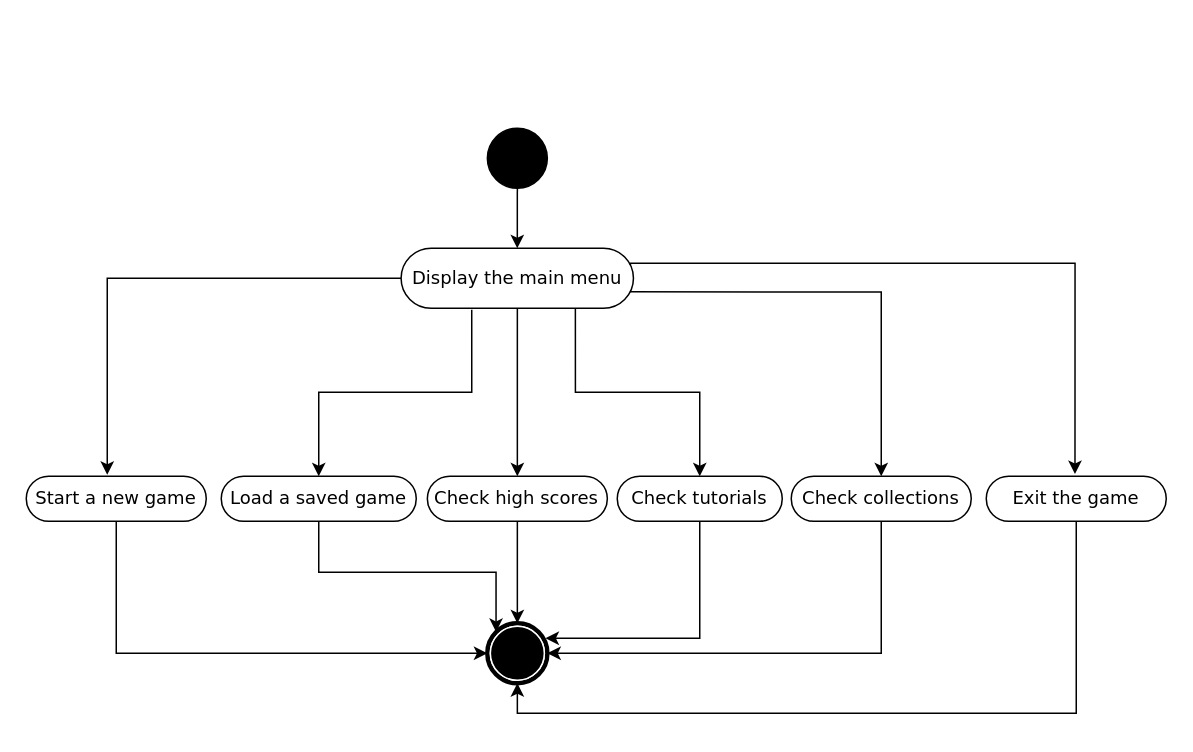
maxinimize/uml keeps this draw.io diagram as main menu options.drawio. Above is the earlier version. Source tidied: cells renumbered, new cells numbered last; positions are measured from the earlier drawing's top-left corner, leaving out a move shared by most shapes. Both pictures are drawn from the tidied source at 150%, with x=0, y=0 at pixel (26, 128).
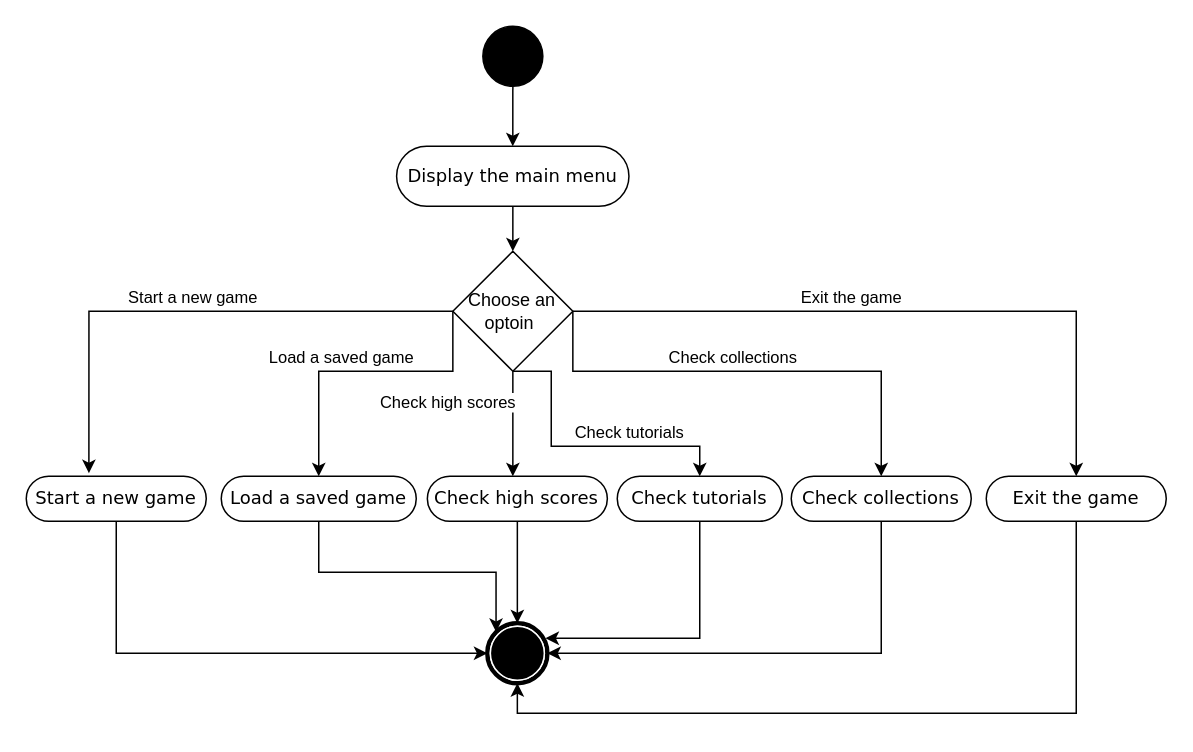
Above is the later version.

Unchanged cells that the change refers to:
```xml
<mxCell id="2" value="Start a new game" style="rounded=1;whiteSpace=wrap;html=1;shadow=0;comic=0;labelBackgroundColor=none;strokeWidth=1;fontFamily=Verdana;fontSize=12;align=center;arcSize=50;" parent="1" vertex="1">
  <mxGeometry y="232" width="120" height="30" as="geometry" />
</mxCell>
<mxCell id="10" value="Load a saved game" style="rounded=1;whiteSpace=wrap;html=1;shadow=0;comic=0;labelBackgroundColor=none;strokeWidth=1;fontFamily=Verdana;fontSize=12;align=center;arcSize=50;" parent="1" vertex="1">
  <mxGeometry x="130" y="232" width="130" height="30" as="geometry" />
</mxCell>
<mxCell id="12" value="Check high scores" style="rounded=1;whiteSpace=wrap;html=1;shadow=0;comic=0;labelBackgroundColor=none;strokeWidth=1;fontFamily=Verdana;fontSize=12;align=center;arcSize=50;" parent="1" vertex="1">
  <mxGeometry x="267.4" y="232" width="120" height="30" as="geometry" />
</mxCell>
<mxCell id="13" value="Check tutorials" style="rounded=1;whiteSpace=wrap;html=1;shadow=0;comic=0;labelBackgroundColor=none;strokeWidth=1;fontFamily=Verdana;fontSize=12;align=center;arcSize=50;" parent="1" vertex="1">
  <mxGeometry x="394" y="232" width="110" height="30" as="geometry" />
</mxCell>
<mxCell id="14" value="Check collections" style="rounded=1;whiteSpace=wrap;html=1;shadow=0;comic=0;labelBackgroundColor=none;strokeWidth=1;fontFamily=Verdana;fontSize=12;align=center;arcSize=50;" parent="1" vertex="1">
  <mxGeometry x="510" y="232" width="120" height="30" as="geometry" />
</mxCell>
<mxCell id="22" value="Exit the game" style="rounded=1;whiteSpace=wrap;html=1;shadow=0;comic=0;labelBackgroundColor=none;strokeWidth=1;fontFamily=Verdana;fontSize=12;align=center;arcSize=50;" parent="1" vertex="1">
  <mxGeometry x="640" y="232" width="120" height="30" as="geometry" />
</mxCell>
```

The edit, as a diff of the source:
```diff
@@
     <mxCell id="4" style="ellipse;whiteSpace=wrap;html=1;rounded=0;shadow=0;comic=0;labelBackgroundColor=none;strokeWidth=1;fillColor=#000000;fontFamily=Verdana;fontSize=12;align=center;" parent="1" vertex="1">
-      <mxGeometry x="307.4" width="40" height="40" as="geometry" />
+      <mxGeometry x="304.4" y="-68" width="40" height="40" as="geometry" />
     </mxCell>
@@
-    <mxCell id="6" style="edgeStyle=orthogonalEdgeStyle;rounded=0;jettySize=auto;html=1;" parent="1" edge="1" source="9" target="12">
-      <mxGeometry relative="1" as="geometry" />
-    </mxCell>
-    <mxCell id="7" style="edgeStyle=orthogonalEdgeStyle;rounded=0;jettySize=auto;html=1;entryX=0.5;entryY=0;entryDx=0;entryDy=0;exitX=0.971;exitY=0.727;exitDx=0;exitDy=0;exitPerimeter=0;" parent="1" edge="1" source="9" target="14">
-      <mxGeometry relative="1" as="geometry">
-        <Array as="points">
-          <mxPoint x="570" y="109" />
-        </Array>
-      </mxGeometry>
-    </mxCell>
-    <mxCell id="8" style="edgeStyle=orthogonalEdgeStyle;rounded=0;jettySize=auto;html=1;entryX=0.45;entryY=-0.033;entryDx=0;entryDy=0;entryPerimeter=0;" parent="1" edge="1" source="9" target="2">
-      <mxGeometry relative="1" as="geometry" />
-    </mxCell>
+    <mxCell id="24" style="edgeStyle=orthogonalEdgeStyle;rounded=0;jettySize=auto;html=1;" parent="1" edge="1" source="9" target="31">
+      <mxGeometry relative="1" as="geometry" />
+    </mxCell>
     <mxCell id="9" value="Display the main menu" style="rounded=1;whiteSpace=wrap;html=1;shadow=0;comic=0;labelBackgroundColor=none;strokeWidth=1;fontFamily=Verdana;fontSize=12;align=center;arcSize=50;" parent="1" vertex="1">
-      <mxGeometry x="249.9" y="80" width="154.9" height="40" as="geometry" />
+      <mxGeometry x="246.9" y="12" width="154.9" height="40" as="geometry" />
     </mxCell>
@@
-    <mxCell id="15" style="edgeStyle=orthogonalEdgeStyle;rounded=0;jettySize=auto;html=1;entryX=0.5;entryY=0;entryDx=0;entryDy=0;exitX=0.304;exitY=1.025;exitDx=0;exitDy=0;exitPerimeter=0;" parent="1" edge="1" source="9" target="10">
-      <mxGeometry relative="1" as="geometry" />
-    </mxCell>
-    <mxCell id="16" style="edgeStyle=orthogonalEdgeStyle;rounded=0;jettySize=auto;html=1;exitX=0.75;exitY=1;exitDx=0;exitDy=0;entryX=0.5;entryY=0;entryDx=0;entryDy=0;" parent="1" edge="1" source="9" target="13">
-      <mxGeometry relative="1" as="geometry" />
-    </mxCell>
@@
-    <mxCell id="23" style="edgeStyle=orthogonalEdgeStyle;rounded=0;jettySize=auto;html=1;entryX=0.493;entryY=-0.05;entryDx=0;entryDy=0;entryPerimeter=0;exitX=0.987;exitY=0.28;exitDx=0;exitDy=0;exitPerimeter=0;" parent="1" edge="1" source="9" target="22">
-      <mxGeometry relative="1" as="geometry">
-        <Array as="points">
-          <mxPoint x="403" y="90" />
-          <mxPoint x="699" y="90" />
-        </Array>
-      </mxGeometry>
-    </mxCell>
+    <mxCell id="25" style="edgeStyle=orthogonalEdgeStyle;rounded=0;jettySize=auto;html=1;entryX=0.348;entryY=-0.068;entryDx=0;entryDy=0;entryPerimeter=0;" parent="1" edge="1" source="31" target="2">
+      <mxGeometry relative="1" as="geometry" />
+    </mxCell>
+    <mxCell id="26" value="Start a new game" style="edgeLabel;html=1;align=center;verticalAlign=middle;" parent="25" vertex="1">
+      <mxGeometry x="-0.24" y="3" relative="1" as="geometry">
+        <mxPoint x="-41" y="-13" as="offset" />
+      </mxGeometry>
+    </mxCell>
+    <mxCell id="27" style="edgeStyle=orthogonalEdgeStyle;rounded=0;jettySize=auto;html=1;" parent="1" edge="1" source="31" target="22">
+      <mxGeometry relative="1" as="geometry" />
+    </mxCell>
+    <mxCell id="28" value="Exit the game" style="edgeLabel;html=1;align=center;verticalAlign=middle;" parent="27" vertex="1">
+      <mxGeometry x="-0.24" y="-1" relative="1" as="geometry">
+        <mxPoint x="16" y="-11" as="offset" />
+      </mxGeometry>
+    </mxCell>
+    <mxCell id="29" style="edgeStyle=orthogonalEdgeStyle;rounded=0;jettySize=auto;html=1;" parent="1" edge="1" source="31" target="12">
+      <mxGeometry relative="1" as="geometry">
+        <Array as="points">
+          <mxPoint x="324" y="212" />
+          <mxPoint x="324" y="212" />
+        </Array>
+      </mxGeometry>
+    </mxCell>
+    <mxCell id="30" value="Check high scores" style="edgeLabel;html=1;align=center;verticalAlign=middle;" parent="29" vertex="1">
+      <mxGeometry x="-0.23" y="-1" relative="1" as="geometry">
+        <mxPoint x="-43" y="-7" as="offset" />
+      </mxGeometry>
+    </mxCell>
+    <mxCell id="31" value="Choose an optoin&amp;nbsp;" style="rhombus;whiteSpace=wrap;html=1;" parent="1" vertex="1">
+      <mxGeometry x="284.4" y="82" width="80" height="80" as="geometry" />
+    </mxCell>
+    <mxCell id="32" style="edgeStyle=orthogonalEdgeStyle;rounded=0;jettySize=auto;html=1;entryX=0.5;entryY=0;entryDx=0;entryDy=0;exitX=1;exitY=0.5;exitDx=0;exitDy=0;" parent="1" edge="1" source="31" target="14">
+      <mxGeometry relative="1" as="geometry">
+        <Array as="points">
+          <mxPoint x="364" y="162" />
+          <mxPoint x="570" y="162" />
+        </Array>
+      </mxGeometry>
+    </mxCell>
+    <mxCell id="33" value="Check collections" style="edgeLabel;html=1;align=center;verticalAlign=middle;" parent="32" vertex="1">
+      <mxGeometry x="-0.09" y="-1" relative="1" as="geometry">
+        <mxPoint x="2" y="-11" as="offset" />
+      </mxGeometry>
+    </mxCell>
+    <mxCell id="34" style="edgeStyle=orthogonalEdgeStyle;rounded=0;jettySize=auto;html=1;entryX=0.5;entryY=0;entryDx=0;entryDy=0;exitX=0;exitY=0.5;exitDx=0;exitDy=0;" parent="1" edge="1" source="31" target="10">
+      <mxGeometry relative="1" as="geometry">
+        <Array as="points">
+          <mxPoint x="284" y="162" />
+          <mxPoint x="195" y="162" />
+        </Array>
+      </mxGeometry>
+    </mxCell>
+    <mxCell id="35" value="Load a saved game" style="edgeLabel;html=1;align=center;verticalAlign=middle;" parent="34" vertex="1">
+      <mxGeometry y="-2" relative="1" as="geometry">
+        <mxPoint x="-15" y="-8" as="offset" />
+      </mxGeometry>
+    </mxCell>
+    <mxCell id="36" style="edgeStyle=orthogonalEdgeStyle;rounded=0;jettySize=auto;html=1;entryX=0.5;entryY=0;entryDx=0;entryDy=0;exitX=0.5;exitY=1;exitDx=0;exitDy=0;" parent="1" edge="1" source="31" target="13">
+      <mxGeometry relative="1" as="geometry">
+        <Array as="points">
+          <mxPoint x="350" y="162" />
+          <mxPoint x="350" y="212" />
+          <mxPoint x="449" y="212" />
+        </Array>
+      </mxGeometry>
+    </mxCell>
+    <mxCell id="37" value="Check tutorials" style="edgeLabel;html=1;align=center;verticalAlign=middle;" parent="36" vertex="1">
+      <mxGeometry x="0.08" y="-1" relative="1" as="geometry">
+        <mxPoint x="22" y="-11" as="offset" />
+      </mxGeometry>
+    </mxCell>
```
